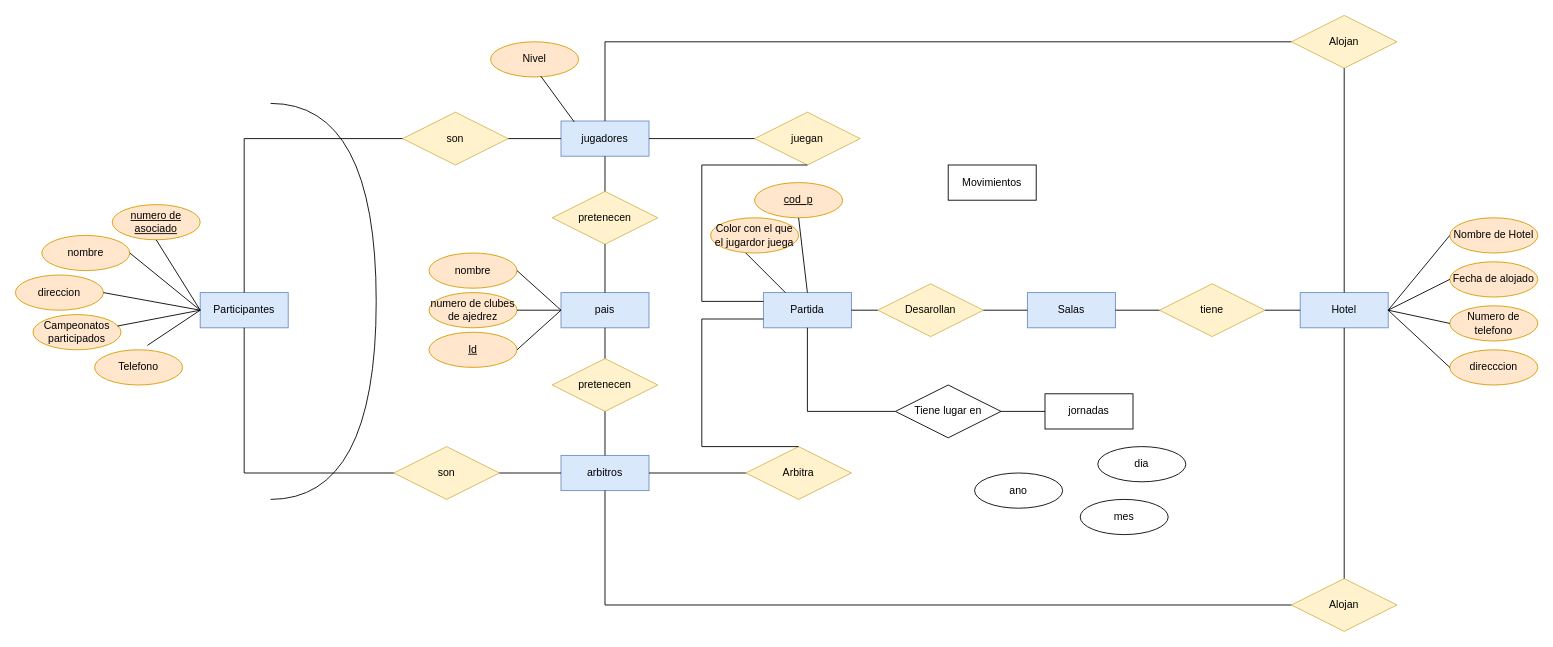
The draw.io diagram Unidad1/Tareas/Tarea evaluada 2/Untitled Diagram.drawio in JVC0/Base-Datos, before the edit. Source tidied: cells renumbered, new cells numbered last; positions are measured from the earlier drawing's top-left corner, leaving out a move shared by most shapes. Both pictures are drawn from the tidied source at 88%, with x=0, y=0 at pixel (15, 15).
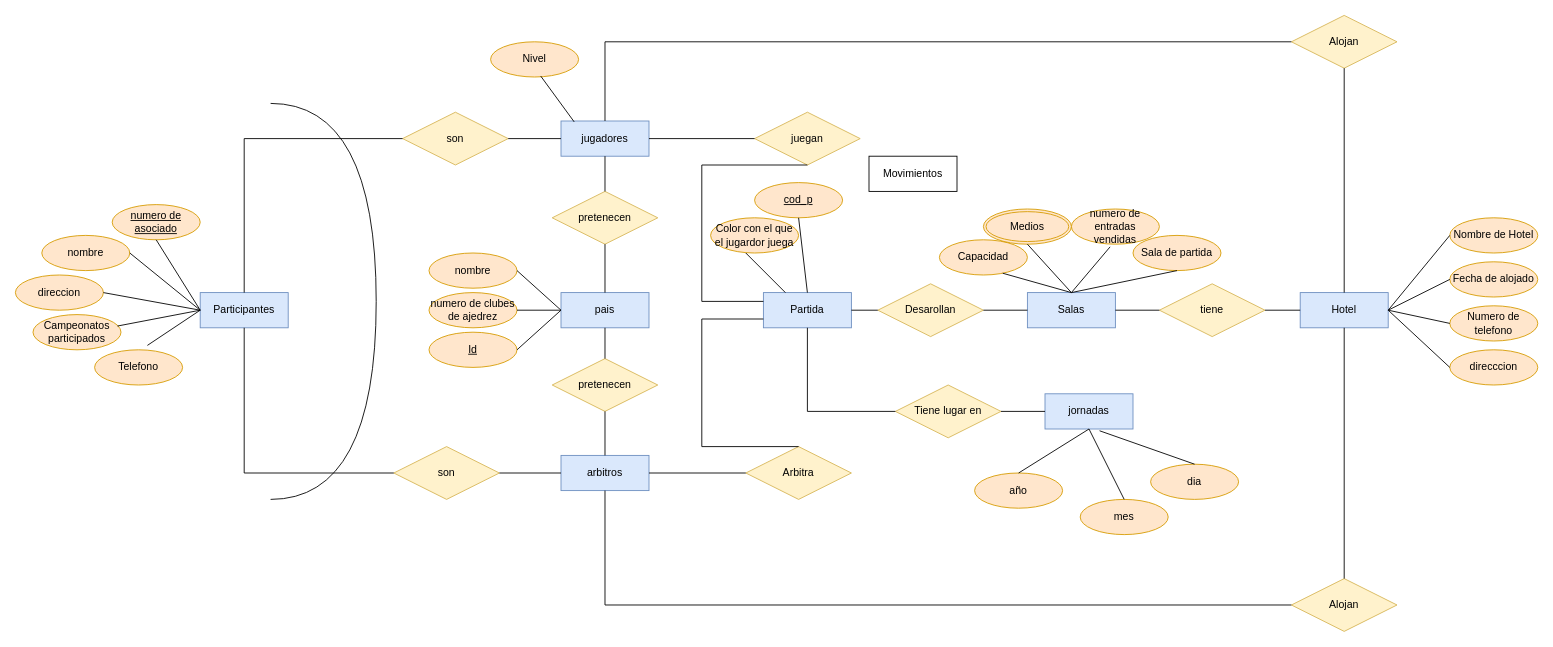
The same page after the edit.

Unchanged cells that the change refers to:
```xml
<mxCell id="5" value="Salas" style="whiteSpace=wrap;html=1;align=center;fillColor=#dae8fc;strokeColor=#6c8ebf;" parent="1" vertex="1">
  <mxGeometry x="1150" y="315" width="100" height="40" as="geometry" />
</mxCell>
```

Diff of the diagram source:
```diff
@@
-    <mxCell id="4" value="jornadas" style="whiteSpace=wrap;html=1;align=center;" parent="1" vertex="1">
+    <mxCell id="4" value="jornadas" style="whiteSpace=wrap;html=1;align=center;fillColor=#dae8fc;strokeColor=#6c8ebf;" parent="1" vertex="1">
       <mxGeometry x="1170" y="430" width="100" height="40" as="geometry" />
     </mxCell>
@@
     <mxCell id="6" value="Movimientos" style="whiteSpace=wrap;html=1;align=center;" parent="1" vertex="1">
-      <mxGeometry x="1060" y="170" width="100" height="40" as="geometry" />
+      <mxGeometry x="970" y="160" width="100" height="40" as="geometry" />
     </mxCell>
@@
-    <mxCell id="64" value="Tiene lugar en" style="shape=rhombus;perimeter=rhombusPerimeter;whiteSpace=wrap;html=1;align=center;" parent="1" vertex="1">
+    <mxCell id="64" value="Tiene lugar en" style="shape=rhombus;perimeter=rhombusPerimeter;whiteSpace=wrap;html=1;align=center;fillColor=#fff2cc;strokeColor=#d6b656;" parent="1" vertex="1">
       <mxGeometry x="1000" y="420" width="120" height="60" as="geometry" />
     </mxCell>
@@
-    <mxCell id="67" value="dia" style="ellipse;whiteSpace=wrap;html=1;align=center;" parent="1" vertex="1">
-      <mxGeometry x="1230" y="490" width="100" height="40" as="geometry" />
+    <mxCell id="67" value="dia" style="ellipse;whiteSpace=wrap;html=1;align=center;fillColor=#ffe6cc;strokeColor=#d79b00;" parent="1" vertex="1">
+      <mxGeometry x="1290" y="510" width="100" height="40" as="geometry" />
     </mxCell>
-    <mxCell id="68" value="mes" style="ellipse;whiteSpace=wrap;html=1;align=center;" parent="1" vertex="1">
+    <mxCell id="68" value="mes" style="ellipse;whiteSpace=wrap;html=1;align=center;fillColor=#ffe6cc;strokeColor=#d79b00;" parent="1" vertex="1">
       <mxGeometry x="1210" y="550" width="100" height="40" as="geometry" />
     </mxCell>
-    <mxCell id="69" value="ano" style="ellipse;whiteSpace=wrap;html=1;align=center;" parent="1" vertex="1">
+    <mxCell id="69" value="año" style="ellipse;whiteSpace=wrap;html=1;align=center;fillColor=#ffe6cc;strokeColor=#d79b00;" parent="1" vertex="1">
       <mxGeometry x="1090" y="520" width="100" height="40" as="geometry" />
     </mxCell>
@@
+    <mxCell id="78" value="Sala de partida" style="ellipse;whiteSpace=wrap;html=1;align=center;fillColor=#ffe6cc;strokeColor=#d79b00;" parent="1" vertex="1">
+      <mxGeometry x="1270" y="250" width="100" height="40" as="geometry" />
+    </mxCell>
+    <mxCell id="79" value="numero de entradas vendidas" style="ellipse;whiteSpace=wrap;html=1;align=center;fillColor=#ffe6cc;strokeColor=#d79b00;" parent="1" vertex="1">
+      <mxGeometry x="1200" y="220" width="100" height="40" as="geometry" />
+    </mxCell>
+    <mxCell id="80" value="Capacidad" style="ellipse;whiteSpace=wrap;html=1;align=center;fillColor=#ffe6cc;strokeColor=#d79b00;" parent="1" vertex="1">
+      <mxGeometry x="1050" y="255" width="100" height="40" as="geometry" />
+    </mxCell>
+    <mxCell id="81" value="Medios" style="ellipse;shape=doubleEllipse;margin=3;whiteSpace=wrap;html=1;align=center;fillColor=#ffe6cc;strokeColor=#d79b00;" parent="1" vertex="1">
+      <mxGeometry x="1100" y="220" width="100" height="40" as="geometry" />
+    </mxCell>
+    <mxCell id="82" style="endArrow=none;html=1;rounded=0;exitX=0.5;exitY=0;exitDx=0;exitDy=0;entryX=0.5;entryY=1;entryDx=0;entryDy=0;" parent="1" edge="1" source="69" target="4">
+      <mxGeometry relative="1" as="geometry" />
+    </mxCell>
+    <mxCell id="83" style="endArrow=none;html=1;rounded=0;exitX=0.5;exitY=0;exitDx=0;exitDy=0;entryX=0.5;entryY=1;entryDx=0;entryDy=0;" parent="1" edge="1" source="68" target="4">
+      <mxGeometry relative="1" as="geometry" />
+    </mxCell>
+    <mxCell id="84" style="endArrow=none;html=1;rounded=0;entryX=0.5;entryY=0;entryDx=0;entryDy=0;exitX=0.62;exitY=1.05;exitDx=0;exitDy=0;exitPerimeter=0;" parent="1" edge="1" source="4" target="67">
+      <mxGeometry relative="1" as="geometry" />
+    </mxCell>
+    <mxCell id="85" style="endArrow=none;html=1;rounded=0;entryX=0.5;entryY=0;entryDx=0;entryDy=0;exitX=0.72;exitY=0.95;exitDx=0;exitDy=0;exitPerimeter=0;" parent="1" edge="1" source="80" target="5">
+      <mxGeometry relative="1" as="geometry" />
+    </mxCell>
+    <mxCell id="86" style="endArrow=none;html=1;rounded=0;entryX=0.5;entryY=1;entryDx=0;entryDy=0;exitX=0.5;exitY=0;exitDx=0;exitDy=0;" parent="1" edge="1" source="5" target="81">
+      <mxGeometry relative="1" as="geometry" />
+    </mxCell>
+    <mxCell id="87" style="endArrow=none;html=1;rounded=0;entryX=0.44;entryY=1.075;entryDx=0;entryDy=0;entryPerimeter=0;exitX=0.5;exitY=0;exitDx=0;exitDy=0;" parent="1" edge="1" source="5" target="79">
+      <mxGeometry relative="1" as="geometry" />
+    </mxCell>
+    <mxCell id="88" style="endArrow=none;html=1;rounded=0;entryX=0.5;entryY=1;entryDx=0;entryDy=0;exitX=0.5;exitY=0;exitDx=0;exitDy=0;" parent="1" edge="1" source="5" target="78">
+      <mxGeometry relative="1" as="geometry" />
+    </mxCell>
```
